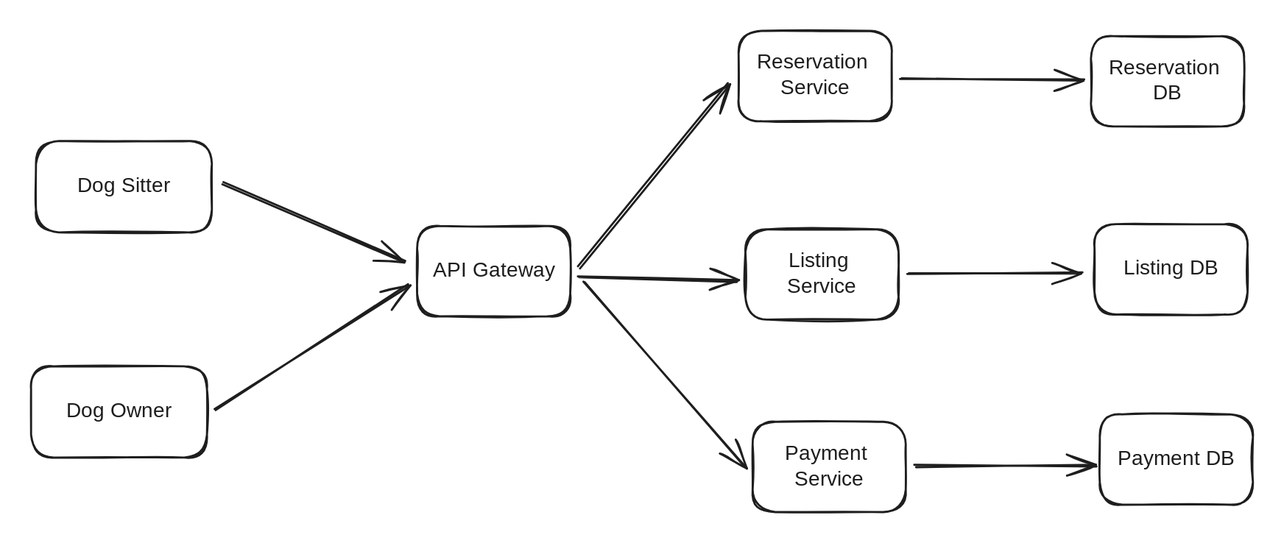
This is .gitbook/assets/file.excalidraw (19).svg from dongzeli95/swe-interview, a Excalidraw export, as it was before one commit. Source tidied: one line per element, renumbered; positions are measured from the earlier drawing's top-left corner, leaving out a move shared by most shapes.
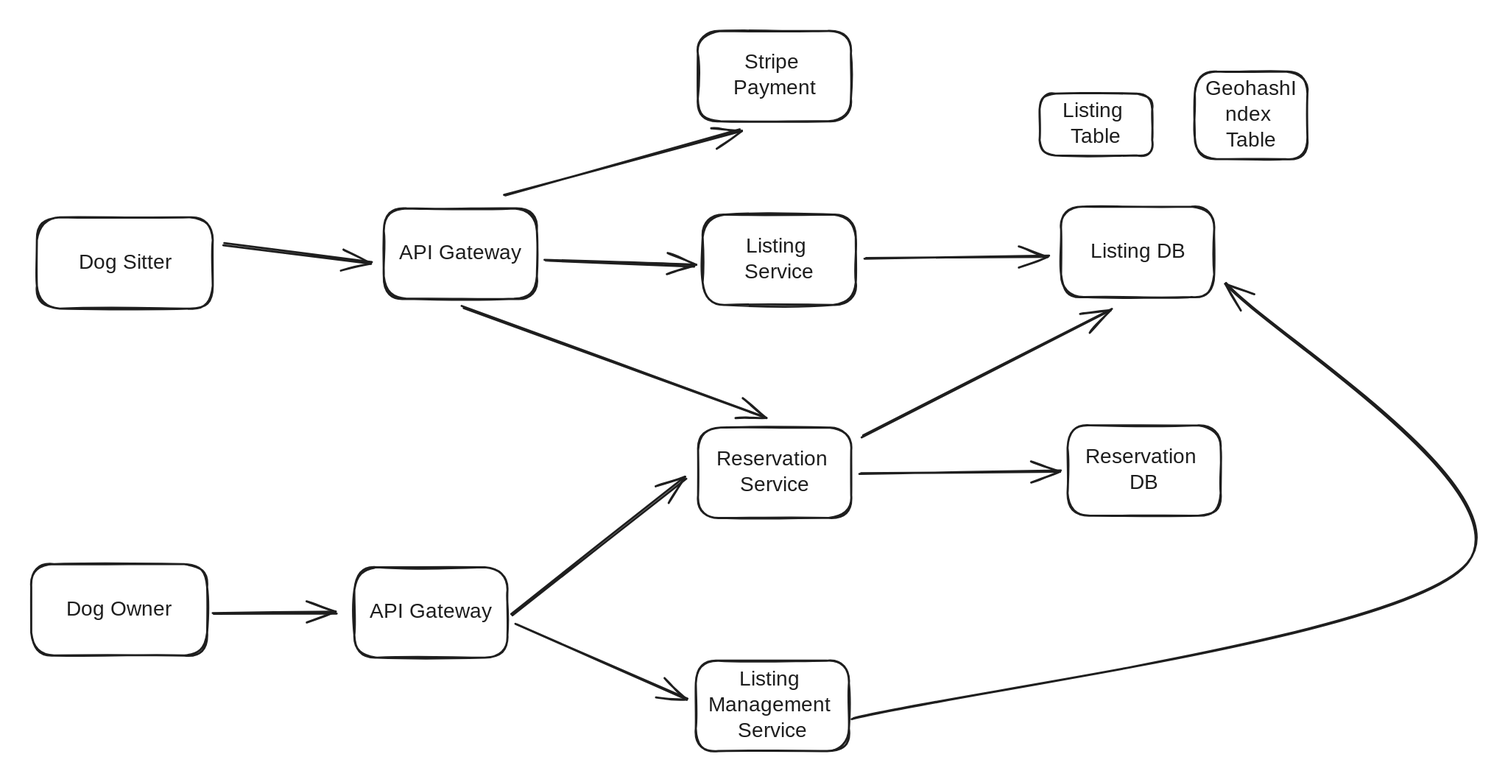
After the change.

What changed in the source:
```diff
@@ -1,26 +1,35 @@
-{"id": 0, "type": "rectangle", "strokeColor": "#1e1e1e", "strokeWidth": 2, "roughness": 1, "round": true, "x": 5, "y": 107, "width": 171, "height": 89}
+{"id": 0, "type": "rectangle", "strokeColor": "#1e1e1e", "strokeWidth": 2, "roughness": 1, "round": true, "x": 38, "y": 198, "width": 171, "height": 89}
-{"id": 1, "type": "text", "text": "Dog Sitter", "strokeColor": "#1e1e1e", "strokeWidth": 2, "roughness": 1, "fontSize": 20, "fontFamily": 1, "textAlign": "center", "verticalAlign": "middle", "inside": 0, "x": 37, "y": 139, "width": 105, "height": 25}
+{"id": 1, "type": "text", "text": "Dog Sitter", "strokeColor": "#1e1e1e", "strokeWidth": 2, "roughness": 1, "fontSize": 20, "fontFamily": 1, "textAlign": "center", "verticalAlign": "middle", "inside": 0, "x": 71, "y": 230, "width": 105, "height": 25}
-{"id": 2, "type": "rectangle", "strokeColor": "#1e1e1e", "strokeWidth": 2, "roughness": 1, "round": true, "x": 0, "y": 326, "width": 171, "height": 89}
+{"id": 2, "type": "rectangle", "strokeColor": "#1e1e1e", "strokeWidth": 2, "roughness": 1, "round": true, "x": 32, "y": 534, "width": 171, "height": 89}
-{"id": 3, "type": "text", "text": "Dog Owner", "strokeColor": "#1e1e1e", "strokeWidth": 2, "roughness": 1, "fontSize": 20, "fontFamily": 1, "textAlign": "center", "verticalAlign": "middle", "inside": 2, "x": 34, "y": 357, "width": 102, "height": 25}
+{"id": 3, "type": "text", "text": "Dog Owner", "strokeColor": "#1e1e1e", "strokeWidth": 2, "roughness": 1, "fontSize": 20, "fontFamily": 1, "textAlign": "center", "verticalAlign": "middle", "inside": 2, "x": 67, "y": 566, "width": 102, "height": 25}
 {"id": 4, "type": "rectangle", "strokeColor": "#1e1e1e", "strokeWidth": 2, "roughness": 1, "round": true, "x": 375, "y": 189, "width": 149, "height": 88}
 {"id": 5, "type": "text", "text": "API Gateway", "strokeColor": "#1e1e1e", "strokeWidth": 2, "roughness": 1, "fontSize": 20, "fontFamily": 1, "textAlign": "center", "verticalAlign": "middle", "inside": 4, "x": 382, "y": 221, "width": 133, "height": 25}
-{"id": 6, "type": "rectangle", "strokeColor": "#1e1e1e", "strokeWidth": 2, "roughness": 1, "round": true, "x": 686, "y": 0, "width": 149, "height": 88}
+{"id": 6, "type": "rectangle", "strokeColor": "#1e1e1e", "strokeWidth": 2, "roughness": 1, "round": true, "x": 680, "y": 402, "width": 149, "height": 88}
-{"id": 7, "type": "text", "text": "Reservation \nService", "strokeColor": "#1e1e1e", "strokeWidth": 2, "roughness": 1, "fontSize": 20, "fontFamily": 1, "textAlign": "center", "verticalAlign": "middle", "inside": 6, "x": 698, "y": 19, "width": 125, "height": 50}
+{"id": 7, "type": "text", "text": "Reservation \nService", "strokeColor": "#1e1e1e", "strokeWidth": 2, "roughness": 1, "fontSize": 20, "fontFamily": 1, "textAlign": "center", "verticalAlign": "middle", "inside": 6, "x": 691, "y": 421, "width": 125, "height": 50}
-{"id": 8, "type": "rectangle", "strokeColor": "#1e1e1e", "strokeWidth": 2, "roughness": 1, "round": true, "x": 693, "y": 193, "width": 149, "height": 88}
+{"id": 8, "type": "rectangle", "strokeColor": "#1e1e1e", "strokeWidth": 2, "roughness": 1, "round": true, "x": 684, "y": 195, "width": 149, "height": 88}
-{"id": 9, "type": "text", "text": "Listing \nService", "strokeColor": "#1e1e1e", "strokeWidth": 2, "roughness": 1, "fontSize": 20, "fontFamily": 1, "textAlign": "center", "verticalAlign": "middle", "inside": 8, "x": 731, "y": 211, "width": 72, "height": 50}
+{"id": 9, "type": "text", "text": "Listing \nService", "strokeColor": "#1e1e1e", "strokeWidth": 2, "roughness": 1, "fontSize": 20, "fontFamily": 1, "textAlign": "center", "verticalAlign": "middle", "inside": 8, "x": 722, "y": 214, "width": 72, "height": 50}
-{"id": 10, "type": "rectangle", "strokeColor": "#1e1e1e", "strokeWidth": 2, "roughness": 1, "round": true, "x": 700, "y": 379, "width": 149, "height": 88}
-{"id": 11, "type": "text", "text": "Payment \nService", "strokeColor": "#1e1e1e", "strokeWidth": 2, "roughness": 1, "fontSize": 20, "fontFamily": 1, "textAlign": "center", "verticalAlign": "middle", "inside": 10, "x": 729, "y": 398, "width": 90, "height": 50}
-{"id": 12, "type": "arrow", "strokeColor": "#1e1e1e", "strokeWidth": 2, "roughness": 1, "endArrowhead": "arrow", "round": true, "from": 0, "to": 4, "x": 186, "y": 148, "width": 177, "height": 76, "points": [[0, 0], [177, 76]]}
+{"id": 12, "type": "arrow", "strokeColor": "#1e1e1e", "strokeWidth": 2, "roughness": 1, "endArrowhead": "arrow", "round": true, "from": 0, "to": 4, "x": 219, "y": 224, "width": 144, "height": 18, "points": [[0, 0], [144, 18]]}
-{"id": 13, "type": "arrow", "strokeColor": "#1e1e1e", "strokeWidth": 2, "roughness": 1, "endArrowhead": "arrow", "round": true, "from": 2, "to": 4, "x": 178, "y": 368, "width": 188, "height": 122, "points": [[0, 0], [188, -122]]}
-{"id": 14, "type": "arrow", "strokeColor": "#1e1e1e", "strokeWidth": 2, "roughness": 1, "endArrowhead": "arrow", "round": true, "from": 4, "to": 6, "x": 531, "y": 229, "width": 146, "height": 178, "points": [[0, 0], [146, -178]]}
+{"id": 14, "type": "arrow", "strokeColor": "#1e1e1e", "strokeWidth": 2, "roughness": 1, "endArrowhead": "arrow", "round": true, "from": 4, "to": 6, "x": 451, "y": 285, "width": 294, "height": 107, "points": [[0, 0], [294, 107]]}
-{"id": 15, "type": "arrow", "strokeColor": "#1e1e1e", "strokeWidth": 2, "roughness": 1, "endArrowhead": "arrow", "round": true, "from": 4, "to": 8, "x": 531, "y": 239, "width": 155, "height": 4, "points": [[0, 0], [155, 4]]}
+{"id": 15, "type": "arrow", "strokeColor": "#1e1e1e", "strokeWidth": 2, "roughness": 1, "endArrowhead": "arrow", "round": true, "from": 4, "to": 8, "x": 531, "y": 240, "width": 146, "height": 6, "points": [[0, 0], [146, 6]]}
-{"id": 16, "type": "arrow", "strokeColor": "#1e1e1e", "strokeWidth": 2, "roughness": 1, "endArrowhead": "arrow", "round": true, "from": 4, "to": 10, "x": 537, "y": 243, "width": 157, "height": 180, "points": [[0, 0], [157, 180]]}
+{"id": 16, "type": "arrow", "strokeColor": "#1e1e1e", "strokeWidth": 2, "roughness": 1, "endArrowhead": "arrow", "round": true, "from": 4, "to": 26, "x": 492, "y": 176, "width": 229, "height": 63, "points": [[0, 0], [229, -63]]}
 {"id": 17, "type": "rectangle", "strokeColor": "#1e1e1e", "strokeWidth": 2, "roughness": 1, "round": true, "x": 1032, "y": 188, "width": 149, "height": 88}
 {"id": 18, "type": "text", "text": "Listing DB", "strokeColor": "#1e1e1e", "strokeWidth": 2, "roughness": 1, "fontSize": 20, "fontFamily": 1, "textAlign": "center", "verticalAlign": "middle", "inside": 17, "x": 1055, "y": 219, "width": 102, "height": 25}
-{"id": 19, "type": "rectangle", "strokeColor": "#1e1e1e", "strokeWidth": 2, "roughness": 1, "round": true, "x": 1028, "y": 5, "width": 149, "height": 88}
+{"id": 19, "type": "rectangle", "strokeColor": "#1e1e1e", "strokeWidth": 2, "roughness": 1, "round": true, "x": 1038, "y": 400, "width": 149, "height": 88}
-{"id": 20, "type": "text", "text": "Reservation \nDB", "strokeColor": "#1e1e1e", "strokeWidth": 2, "roughness": 1, "fontSize": 20, "fontFamily": 1, "textAlign": "center", "verticalAlign": "middle", "inside": 19, "x": 1040, "y": 24, "width": 125, "height": 50}
+{"id": 20, "type": "text", "text": "Reservation \nDB", "strokeColor": "#1e1e1e", "strokeWidth": 2, "roughness": 1, "fontSize": 20, "fontFamily": 1, "textAlign": "center", "verticalAlign": "middle", "inside": 19, "x": 1050, "y": 419, "width": 125, "height": 50}
-{"id": 21, "type": "arrow", "strokeColor": "#1e1e1e", "strokeWidth": 2, "roughness": 1, "endArrowhead": "arrow", "round": true, "from": 6, "to": 19, "x": 844, "y": 46, "width": 177, "height": 2, "points": [[0, 0], [177, 2]]}
+{"id": 21, "type": "arrow", "strokeColor": "#1e1e1e", "strokeWidth": 2, "roughness": 1, "endArrowhead": "arrow", "round": true, "from": 6, "to": 19, "x": 837, "y": 446, "width": 194, "height": 2, "points": [[0, 0], [194, -2]]}
-{"id": 22, "type": "arrow", "strokeColor": "#1e1e1e", "strokeWidth": 2, "roughness": 1, "endArrowhead": "arrow", "round": true, "from": 8, "to": 17, "x": 851, "y": 235, "width": 169, "height": 0, "points": [[0, 0], [169, 0]]}
+{"id": 22, "type": "arrow", "strokeColor": "#1e1e1e", "strokeWidth": 2, "roughness": 1, "endArrowhead": "arrow", "round": true, "from": 8, "to": 17, "x": 842, "y": 237, "width": 179, "height": 1, "points": [[0, 0], [179, -1]]}
-{"id": 23, "type": "rectangle", "strokeColor": "#1e1e1e", "strokeWidth": 2, "roughness": 1, "round": true, "x": 1037, "y": 372, "width": 149, "height": 88}
-{"id": 24, "type": "text", "text": "Payment DB", "strokeColor": "#1e1e1e", "strokeWidth": 2, "roughness": 1, "fontSize": 20, "fontFamily": 1, "textAlign": "center", "verticalAlign": "middle", "inside": 23, "x": 1051, "y": 404, "width": 120, "height": 25}
-{"id": 25, "type": "arrow", "strokeColor": "#1e1e1e", "strokeWidth": 2, "roughness": 1, "endArrowhead": "arrow", "round": true, "from": 10, "to": 23, "x": 858, "y": 422, "width": 175, "height": 0, "points": [[0, 0], [175, 0]]}
+{"id": 26, "type": "rectangle", "strokeColor": "#1e1e1e", "strokeWidth": 2, "roughness": 1, "round": true, "x": 679, "y": 17, "width": 149, "height": 88}
+{"id": 27, "type": "text", "text": "Stripe \nPayment", "strokeColor": "#1e1e1e", "strokeWidth": 2, "roughness": 1, "fontSize": 20, "fontFamily": 1, "textAlign": "center", "verticalAlign": "middle", "inside": 26, "x": 713, "y": 36, "width": 80, "height": 50}
+{"id": 28, "type": "rectangle", "strokeColor": "#1e1e1e", "strokeWidth": 2, "roughness": 1, "round": true, "x": 346, "y": 537, "width": 149, "height": 88}
+{"id": 29, "type": "text", "text": "API Gateway", "strokeColor": "#1e1e1e", "strokeWidth": 2, "roughness": 1, "fontSize": 20, "fontFamily": 1, "textAlign": "center", "verticalAlign": "middle", "inside": 28, "x": 354, "y": 569, "width": 133, "height": 25}
+{"id": 30, "type": "rectangle", "strokeColor": "#1e1e1e", "strokeWidth": 2, "roughness": 1, "round": true, "x": 677, "y": 628, "width": 149, "height": 88}
+{"id": 31, "type": "text", "text": "Listing \nManagement \nService", "strokeColor": "#1e1e1e", "strokeWidth": 2, "roughness": 1, "fontSize": 20, "fontFamily": 1, "textAlign": "center", "verticalAlign": "middle", "inside": 30, "x": 688, "y": 634, "width": 127, "height": 75}
+{"id": 32, "type": "arrow", "strokeColor": "#1e1e1e", "strokeWidth": 2, "roughness": 1, "endArrowhead": "arrow", "round": true, "from": 30, "to": 17, "x": 829, "y": 685, "width": 596, "height": 422, "points": [[0, 0], [596, -151], [362, -422]]}
+{"id": 33, "type": "arrow", "strokeColor": "#1e1e1e", "strokeWidth": 2, "roughness": 1, "endArrowhead": "arrow", "round": true, "from": 2, "to": 28, "x": 208, "y": 582, "width": 120, "height": 0, "points": [[0, 0], [120, 0]]}
+{"id": 34, "type": "arrow", "strokeColor": "#1e1e1e", "strokeWidth": 2, "roughness": 1, "endArrowhead": "arrow", "round": true, "from": 28, "to": 6, "x": 499, "y": 584, "width": 170, "height": 133, "points": [[0, 0], [170, -133]]}
+{"id": 35, "type": "arrow", "strokeColor": "#1e1e1e", "strokeWidth": 2, "roughness": 1, "endArrowhead": "arrow", "round": true, "from": 28, "to": 30, "x": 503, "y": 592, "width": 166, "height": 74, "points": [[0, 0], [166, 74]]}
+{"id": 36, "type": "rectangle", "strokeColor": "#1e1e1e", "strokeWidth": 2, "roughness": 1, "round": true, "x": 1011, "y": 78, "width": 109, "height": 60}
+{"id": 37, "type": "text", "text": "Listing \nTable", "strokeColor": "#1e1e1e", "strokeWidth": 2, "roughness": 1, "fontSize": 20, "fontFamily": 1, "textAlign": "center", "verticalAlign": "middle", "inside": 36, "x": 1029, "y": 83, "width": 72, "height": 50}
+{"id": 38, "type": "rectangle", "strokeColor": "#1e1e1e", "strokeWidth": 2, "roughness": 1, "round": true, "x": 1161, "y": 56, "width": 109, "height": 85}
+{"id": 39, "type": "text", "text": "GeohashI\nndex \nTable", "strokeColor": "#1e1e1e", "strokeWidth": 2, "roughness": 1, "fontSize": 20, "fontFamily": 1, "textAlign": "center", "verticalAlign": "middle", "inside": 38, "x": 1170, "y": 61, "width": 93, "height": 75}
+{"id": 40, "type": "arrow", "strokeColor": "#1e1e1e", "strokeWidth": 2, "roughness": 1, "endArrowhead": "arrow", "round": true, "from": 6, "to": 17, "x": 839, "y": 410, "width": 242, "height": 123, "points": [[0, 0], [242, -123]]}
```
